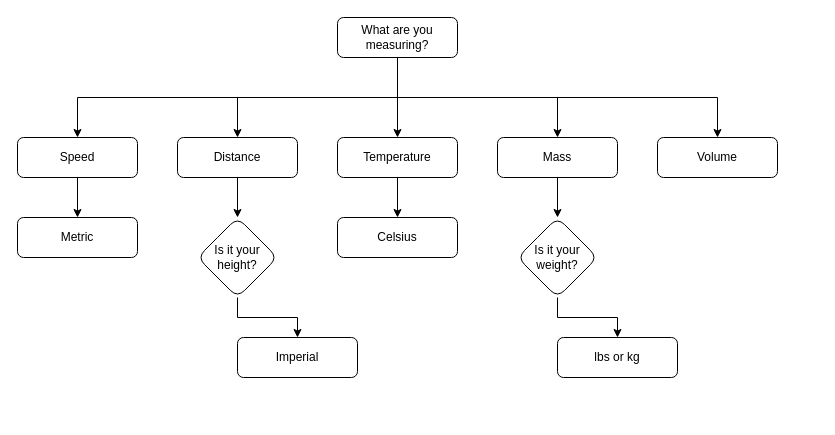
Earlier version of the draw.io diagram Untitled Diagram.drawio (werhu/testing). Source tidied: cells renumbered, new cells numbered last; positions are measured from the earlier drawing's top-left corner, leaving out a move shared by most shapes. Both pictures are drawn from the tidied source at 100%, with x=0, y=0 at pixel (17, 17).
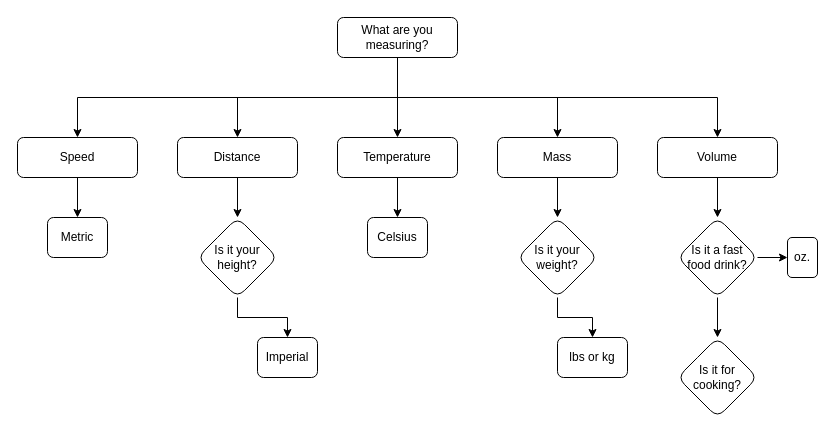
Above is the later version.

Unchanged cells that the change refers to:
```xml
<mxCell id="16" value="Volume" style="rounded=1;whiteSpace=wrap;html=1;" parent="1" vertex="1">
  <mxGeometry x="640" y="120" width="120" height="40" as="geometry" />
</mxCell>
```

What changed in the source:
```diff
@@
+    <mxCell id="25" style="edgeStyle=orthogonalEdgeStyle;rounded=0;jettySize=auto;html=1;" parent="1" edge="1" source="16" target="28">
+      <mxGeometry relative="1" as="geometry" />
+    </mxCell>
@@
     <mxCell id="17" value="&lt;div&gt;Metric&lt;/div&gt;" style="whiteSpace=wrap;html=1;rounded=1;" parent="1" vertex="1">
-      <mxGeometry y="200" width="120" height="40" as="geometry" />
+      <mxGeometry x="30" y="200" width="60" height="40" as="geometry" />
     </mxCell>
@@
     <mxCell id="20" value="&lt;div&gt;Imperial&lt;/div&gt;" style="whiteSpace=wrap;html=1;rounded=1;" parent="1" vertex="1">
-      <mxGeometry x="220" y="320" width="120" height="40" as="geometry" />
+      <mxGeometry x="240" y="320" width="60" height="40" as="geometry" />
     </mxCell>
     <mxCell id="21" value="Celsius" style="whiteSpace=wrap;html=1;rounded=1;" parent="1" vertex="1">
-      <mxGeometry x="320" y="200" width="120" height="40" as="geometry" />
+      <mxGeometry x="350" y="200" width="60" height="40" as="geometry" />
     </mxCell>
@@
     <mxCell id="24" value="lbs or kg" style="whiteSpace=wrap;html=1;rounded=1;" parent="1" vertex="1">
-      <mxGeometry x="540" y="320" width="120" height="40" as="geometry" />
+      <mxGeometry x="540" y="320" width="70" height="40" as="geometry" />
     </mxCell>
+    <mxCell id="26" style="edgeStyle=orthogonalEdgeStyle;rounded=0;jettySize=auto;html=1;" parent="1" edge="1" source="28" target="29">
+      <mxGeometry relative="1" as="geometry" />
+    </mxCell>
+    <mxCell id="27" style="edgeStyle=orthogonalEdgeStyle;rounded=0;jettySize=auto;html=1;" parent="1" edge="1" source="28" target="30">
+      <mxGeometry relative="1" as="geometry" />
+    </mxCell>
+    <mxCell id="28" value="Is it a fast food drink?" style="rhombus;whiteSpace=wrap;html=1;rounded=1;" parent="1" vertex="1">
+      <mxGeometry x="660" y="200" width="80" height="80" as="geometry" />
+    </mxCell>
+    <mxCell id="29" value="&lt;div&gt;oz.&lt;/div&gt;" style="whiteSpace=wrap;html=1;rounded=1;" parent="1" vertex="1">
+      <mxGeometry x="770" y="220" width="30" height="40" as="geometry" />
+    </mxCell>
+    <mxCell id="30" value="Is it for cooking?" style="rhombus;whiteSpace=wrap;html=1;rounded=1;" parent="1" vertex="1">
+      <mxGeometry x="660" y="320" width="80" height="80" as="geometry" />
+    </mxCell>
```
